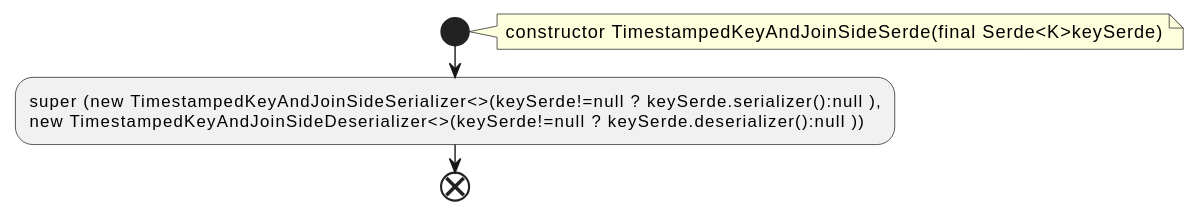
The PlantUML diagram docs/qc/streams/src/main/java/org/apache/kafka/streams/state/internals/TimestampedKeyAndJoinSideSerde.java.fct.svg in qualitesys/kafka, before a commit.
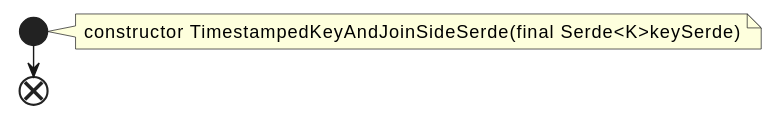
The same file after the commit.

What changed in the source:
```diff
@@ -4,7 +4,5 @@
 note right
 constructor TimestampedKeyAndJoinSideSerde(final Serde<K>keySerde)
 end note
-:super (new TimestampedKeyAndJoinSideSerializer<>(keySerde!=null ? keySerde.serializer():null ),
-new TimestampedKeyAndJoinSideDeserializer<>(keySerde!=null ? keySerde.deserializer():null ));
 end
 @enduml
```
